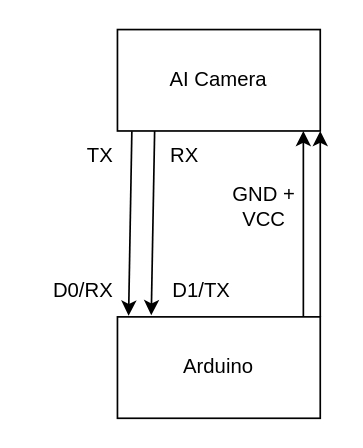
Earlier version of the draw.io diagram Arduino Project.drawio (space-vis/draw.io). Source tidied: cells renumbered, new cells numbered last; positions are measured from the earlier drawing's top-left corner, leaving out a move shared by most shapes. Both pictures are drawn from the tidied source at 169%, with x=0, y=0 at pixel (32, 29).
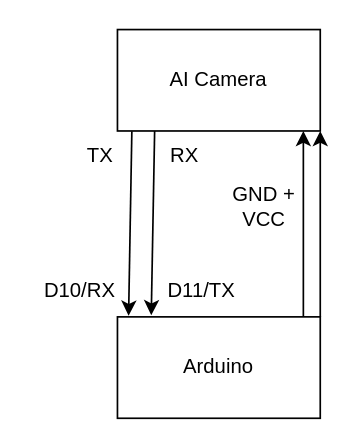
After the change.

Diff of the diagram source:
```diff
@@
 <mxGraphModel>
   <root>
     <mxCell id="0" />
     <mxCell id="1" parent="0" />
     <mxCell id="2" value="Arduino" style="rounded=0;whiteSpace=wrap;html=1;" parent="1" vertex="1">
       <mxGeometry x="50" y="170" width="120" height="60" as="geometry" />
     </mxCell>
     <mxCell id="3" value="AI Camera" style="rounded=0;whiteSpace=wrap;html=1;" parent="1" vertex="1">
       <mxGeometry x="50" width="120" height="60" as="geometry" />
     </mxCell>
-    <mxCell id="4" value="D0/RX" style="text;html=1;whiteSpace=wrap;strokeColor=none;fillColor=none;align=center;verticalAlign=middle;rounded=0;" parent="1" vertex="1">
-      <mxGeometry y="140" width="60" height="30" as="geometry" />
+    <mxCell id="4" value="D10/RX" style="text;html=1;whiteSpace=wrap;strokeColor=none;fillColor=none;align=center;verticalAlign=middle;rounded=0;" parent="1" vertex="1">
+      <mxGeometry x="-2" y="140" width="60" height="30" as="geometry" />
     </mxCell>
     <mxCell id="5" value="TX" style="text;html=1;whiteSpace=wrap;strokeColor=none;fillColor=none;align=center;verticalAlign=middle;rounded=0;" parent="1" vertex="1">
       <mxGeometry x="10" y="60" width="60" height="30" as="geometry" />
     </mxCell>
     <mxCell id="6" style="endArrow=classic;html=1;rounded=0;exitX=0.071;exitY=1.002;exitDx=0;exitDy=0;exitPerimeter=0;entryX=0.055;entryY=-0.012;entryDx=0;entryDy=0;entryPerimeter=0;" parent="1" edge="1" source="3" target="2">
       <mxGeometry relative="1" as="geometry" />
     </mxCell>
     <mxCell id="7" style="endArrow=classic;html=1;rounded=0;exitX=0.071;exitY=1.002;exitDx=0;exitDy=0;exitPerimeter=0;entryX=0.055;entryY=-0.012;entryDx=0;entryDy=0;entryPerimeter=0;" parent="1" edge="1">
       <mxGeometry relative="1" as="geometry">
         <mxPoint x="72" y="60" as="sourcePoint" />
         <mxPoint x="70" y="169" as="targetPoint" />
       </mxGeometry>
     </mxCell>
     <mxCell id="8" value="RX" style="text;html=1;whiteSpace=wrap;strokeColor=none;fillColor=none;align=center;verticalAlign=middle;rounded=0;" parent="1" vertex="1">
       <mxGeometry x="60" y="60" width="60" height="30" as="geometry" />
     </mxCell>
-    <mxCell id="9" value="D1/TX" style="text;html=1;whiteSpace=wrap;strokeColor=none;fillColor=none;align=center;verticalAlign=middle;rounded=0;" parent="1" vertex="1">
+    <mxCell id="9" value="D11/TX" style="text;html=1;whiteSpace=wrap;strokeColor=none;fillColor=none;align=center;verticalAlign=middle;rounded=0;" parent="1" vertex="1">
       <mxGeometry x="70" y="140" width="60" height="30" as="geometry" />
     </mxCell>
     <mxCell id="10" style="endArrow=classic;html=1;rounded=0;exitX=1;exitY=0;exitDx=0;exitDy=0;entryX=1;entryY=1;entryDx=0;entryDy=0;" parent="1" edge="1" source="2" target="3">
       <mxGeometry relative="1" as="geometry" />
     </mxCell>
     <mxCell id="11" style="endArrow=classic;html=1;rounded=0;exitX=1;exitY=0;exitDx=0;exitDy=0;entryX=1;entryY=1;entryDx=0;entryDy=0;" parent="1" edge="1">
       <mxGeometry relative="1" as="geometry">
         <mxPoint x="160" y="170" as="sourcePoint" />
         <mxPoint x="160" y="60" as="targetPoint" />
       </mxGeometry>
     </mxCell>
     <mxCell id="12" value="&lt;div&gt;GND +&lt;/div&gt;&lt;div&gt;VCC&lt;/div&gt;" style="text;html=1;whiteSpace=wrap;strokeColor=none;fillColor=none;align=center;verticalAlign=middle;rounded=0;" parent="1" vertex="1">
       <mxGeometry x="107" y="90" width="60" height="30" as="geometry" />
     </mxCell>
   </root>
 </mxGraphModel>
```
